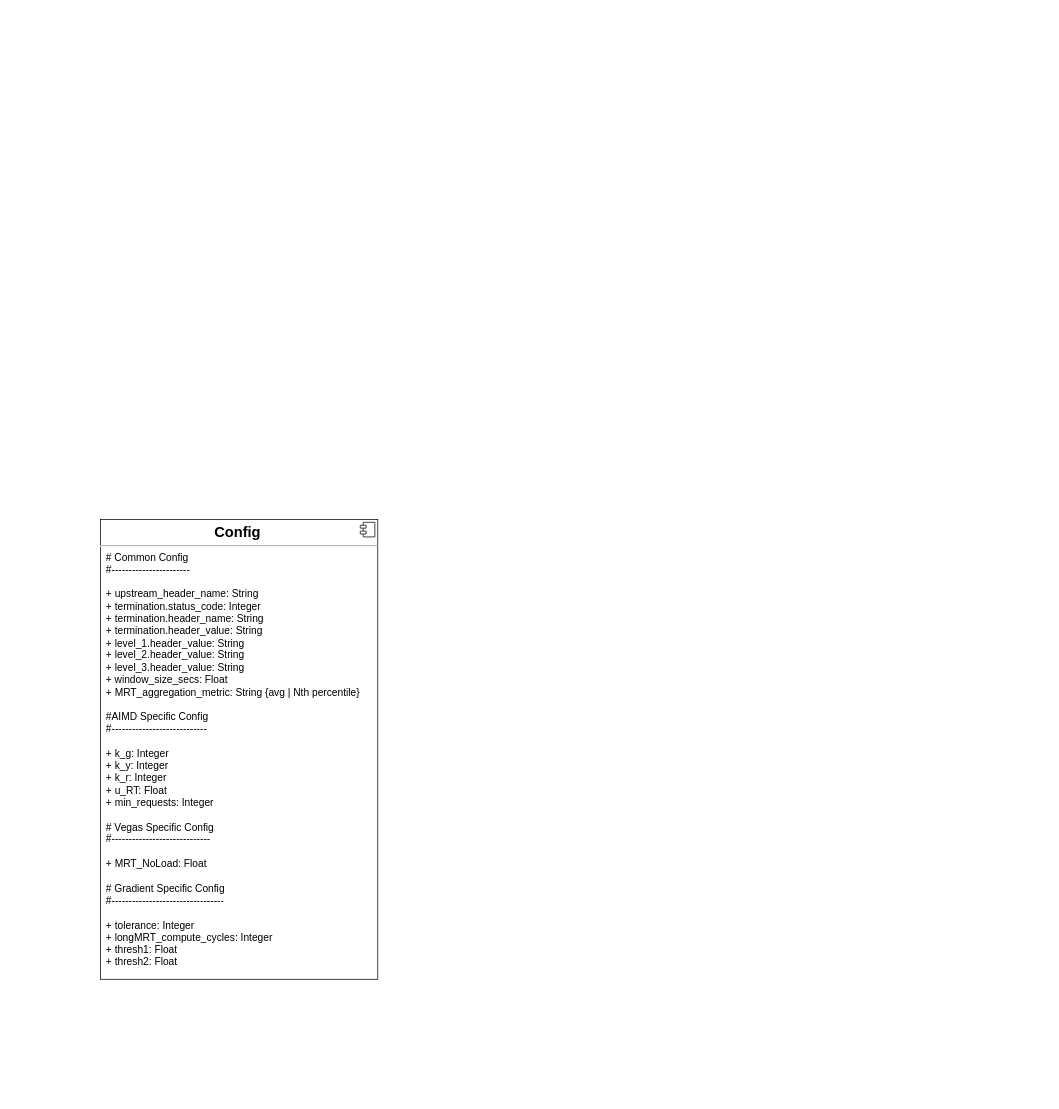
Before: Untitled Diagram.drawio in programmer290399/resources, a draw.io diagram. Source tidied: cells renumbered, new cells numbered last; positions are measured from the earlier drawing's top-left corner, leaving out a move shared by most shapes. Both pictures are drawn from the tidied source at 73%, with x=0, y=0 at pixel (100, 519).
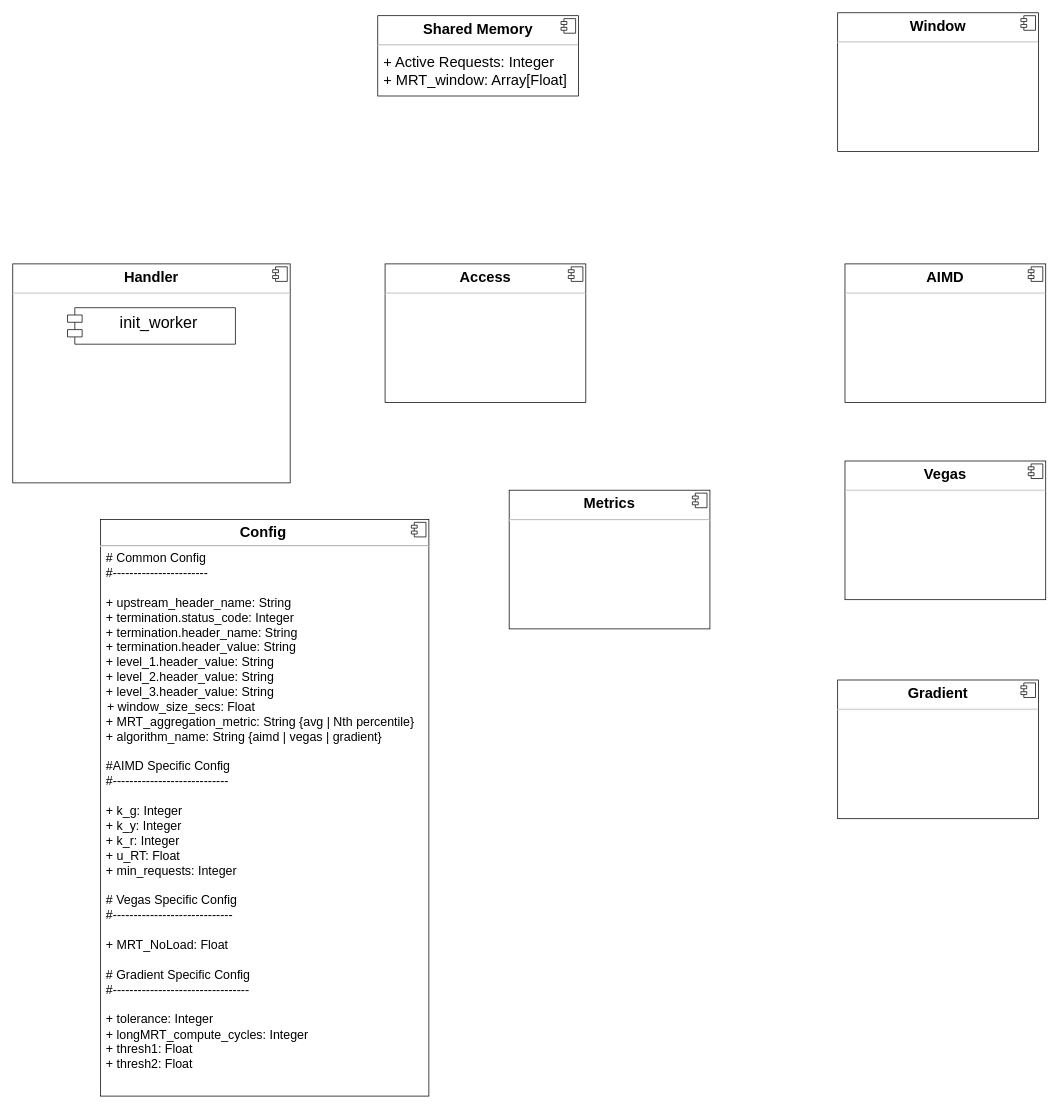
The same page after the edit.

What changed in the source:
```diff
@@
-    <mxCell id="2" value="&lt;p style=&quot;margin: 0px ; margin-top: 6px ; text-align: center&quot;&gt;&lt;b&gt;&lt;font style=&quot;font-size: 20px&quot;&gt;Config&lt;/font&gt;&lt;span style=&quot;font-size: 13px&quot;&gt;&amp;nbsp;&lt;/span&gt;&lt;/b&gt;&lt;/p&gt;&lt;hr&gt;&lt;p style=&quot;margin: 0px 0px 0px 8px ; font-size: 14px&quot;&gt;&lt;font style=&quot;font-size: 14px&quot;&gt;# Common Config&lt;/font&gt;&lt;/p&gt;&lt;p style=&quot;margin: 0px 0px 0px 8px ; font-size: 14px&quot;&gt;&lt;font style=&quot;font-size: 14px&quot;&gt;#-----------------------&lt;/font&gt;&lt;/p&gt;&lt;p style=&quot;margin: 0px 0px 0px 8px ; font-size: 14px&quot;&gt;&lt;font style=&quot;font-size: 14px&quot;&gt;&lt;br&gt;&lt;/font&gt;&lt;/p&gt;&lt;p style=&quot;margin: 0px 0px 0px 8px ; font-size: 14px&quot;&gt;&lt;font style=&quot;font-size: 14px&quot;&gt;+ upstream_header_name: String&lt;br&gt;+ termination.status_code: Integer&lt;/font&gt;&lt;/p&gt;&lt;p style=&quot;margin: 0px 0px 0px 8px ; font-size: 14px&quot;&gt;&lt;font style=&quot;font-size: 14px&quot;&gt;+&amp;nbsp;termination.header_name: String&lt;/font&gt;&lt;/p&gt;&lt;p style=&quot;margin: 0px 0px 0px 8px ; font-size: 14px&quot;&gt;&lt;font style=&quot;font-size: 14px&quot;&gt;+&amp;nbsp;termination.header_value: String&lt;/font&gt;&lt;/p&gt;&lt;p style=&quot;margin: 0px 0px 0px 8px ; font-size: 14px&quot;&gt;+&amp;nbsp;level_1.header_value: String&lt;span&gt;&amp;nbsp;&lt;/span&gt;&lt;/p&gt;&lt;p style=&quot;margin: 0px 0px 0px 8px ; font-size: 14px&quot;&gt;+&amp;nbsp;level_2.header_value: String&lt;span&gt;&amp;nbsp;&lt;/span&gt;&lt;span&gt;&lt;br&gt;&lt;/span&gt;&lt;/p&gt;&lt;p style=&quot;margin: 0px 0px 0px 8px ; font-size: 14px&quot;&gt;+&amp;nbsp;level_3.header_value: String&lt;span&gt;&amp;nbsp;&lt;/span&gt;&lt;span&gt;&lt;br&gt;&lt;/span&gt;&lt;/p&gt;&lt;span style=&quot;font-size: 14px&quot;&gt;&amp;nbsp;&amp;nbsp;&lt;/span&gt;&lt;span style=&quot;font-size: 14px&quot;&gt;+ window_size_secs: Float&lt;/span&gt;&lt;span style=&quot;font-size: 14px&quot;&gt;&lt;br&gt;&lt;/span&gt;&lt;p style=&quot;margin: 0px 0px 0px 8px ; font-size: 14px&quot;&gt;&lt;font style=&quot;font-size: 14px&quot;&gt;+&amp;nbsp;MRT_aggregation_metric: String {avg | Nth percentile}&lt;/font&gt;&lt;/p&gt;&lt;p style=&quot;margin: 0px 0px 0px 8px ; font-size: 14px&quot;&gt;&lt;font style=&quot;font-size: 14px&quot;&gt;&lt;br&gt;&lt;/font&gt;&lt;/p&gt;&lt;p style=&quot;margin: 0px 0px 0px 8px ; font-size: 14px&quot;&gt;&lt;font style=&quot;font-size: 14px&quot;&gt;#AIMD Specific Config&lt;/font&gt;&lt;/p&gt;&lt;p style=&quot;margin: 0px 0px 0px 8px ; font-size: 14px&quot;&gt;&lt;font style=&quot;font-size: 14px&quot;&gt;#----------------------------&lt;/font&gt;&lt;/p&gt;&lt;p style=&quot;margin: 0px 0px 0px 8px ; font-size: 14px&quot;&gt;&lt;font style=&quot;font-size: 14px&quot;&gt;&lt;br&gt;&lt;/font&gt;&lt;/p&gt;&lt;p style=&quot;margin: 0px 0px 0px 8px ; font-size: 14px&quot;&gt;&lt;font style=&quot;font-size: 14px&quot;&gt;+ k_g: Integer&lt;br&gt;&lt;/font&gt;&lt;/p&gt;&lt;p style=&quot;margin: 0px 0px 0px 8px ; font-size: 14px&quot;&gt;&lt;font style=&quot;font-size: 14px&quot;&gt;+&amp;nbsp;k_y: Integer&lt;/font&gt;&lt;/p&gt;&lt;p style=&quot;margin: 0px 0px 0px 8px ; font-size: 14px&quot;&gt;&lt;font style=&quot;font-size: 14px&quot;&gt;+&amp;nbsp;k_r: Integer&lt;/font&gt;&lt;/p&gt;&lt;p style=&quot;margin: 0px 0px 0px 8px ; font-size: 14px&quot;&gt;&lt;font style=&quot;font-size: 14px&quot;&gt;+ u_RT: Float&lt;br&gt;&lt;/font&gt;&lt;/p&gt;&lt;p style=&quot;margin: 0px 0px 0px 8px ; font-size: 14px&quot;&gt;&lt;font style=&quot;font-size: 14px&quot;&gt;+ min_requests: Integer&lt;br&gt;&lt;/font&gt;&lt;/p&gt;&lt;p style=&quot;margin: 0px 0px 0px 8px ; font-size: 14px&quot;&gt;&lt;font style=&quot;font-size: 14px&quot;&gt;&lt;br&gt;&lt;/font&gt;&lt;/p&gt;&lt;p style=&quot;margin: 0px 0px 0px 8px ; font-size: 14px&quot;&gt;&lt;font style=&quot;font-size: 14px&quot;&gt;# Vegas&amp;nbsp;Specific Config&lt;/font&gt;&lt;/p&gt;&lt;p style=&quot;margin: 0px 0px 0px 8px ; font-size: 14px&quot;&gt;&lt;font style=&quot;font-size: 14px&quot;&gt;#-----------------------------&lt;/font&gt;&lt;/p&gt;&lt;p style=&quot;margin: 0px 0px 0px 8px ; font-size: 14px&quot;&gt;&lt;font style=&quot;font-size: 14px&quot;&gt;&lt;br&gt;&lt;/font&gt;&lt;/p&gt;&lt;p style=&quot;margin: 0px 0px 0px 8px ; font-size: 14px&quot;&gt;&lt;font style=&quot;font-size: 14px&quot;&gt;+ MRT_NoLoad: Float&lt;br&gt;&lt;/font&gt;&lt;/p&gt;&lt;p style=&quot;margin: 0px 0px 0px 8px ; font-size: 14px&quot;&gt;&lt;br&gt;&lt;/p&gt;&lt;p style=&quot;margin: 0px 0px 0px 8px ; font-size: 14px&quot;&gt;# Gradient Specific Config&lt;/p&gt;&lt;p style=&quot;margin: 0px 0px 0px 8px ; font-size: 14px&quot;&gt;#---------------------------------&lt;/p&gt;&lt;p style=&quot;margin: 0px 0px 0px 8px ; font-size: 14px&quot;&gt;&lt;br&gt;&lt;/p&gt;&lt;p style=&quot;margin: 0px 0px 0px 8px ; font-size: 14px&quot;&gt;+ tolerance: Integer&amp;nbsp;&lt;/p&gt;&lt;p style=&quot;margin: 0px 0px 0px 8px ; font-size: 14px&quot;&gt;+&amp;nbsp;longMRT_compute_cycles: Integer&lt;/p&gt;&lt;p style=&quot;margin: 0px 0px 0px 8px ; font-size: 14px&quot;&gt;+&amp;nbsp;thresh1: Float&amp;nbsp;&lt;/p&gt;&lt;p style=&quot;margin: 0px 0px 0px 8px ; font-size: 14px&quot;&gt;+&amp;nbsp;thresh2: Float&lt;/p&gt;" style="align=left;overflow=fill;html=1;" parent="1" vertex="1">
-      <mxGeometry width="380" height="630" as="geometry" />
+    <mxCell id="2" value="&lt;p style=&quot;margin: 0px ; margin-top: 6px ; text-align: center&quot;&gt;&lt;b&gt;&lt;font style=&quot;font-size: 20px&quot;&gt;Config&lt;/font&gt;&lt;span style=&quot;font-size: 13px&quot;&gt;&amp;nbsp;&lt;/span&gt;&lt;/b&gt;&lt;/p&gt;&lt;hr&gt;&lt;p style=&quot;margin: 0px 0px 0px 8px ; font-size: 17px&quot;&gt;&lt;font style=&quot;font-size: 17px&quot;&gt;# Common Config&lt;/font&gt;&lt;/p&gt;&lt;p style=&quot;margin: 0px 0px 0px 8px ; font-size: 17px&quot;&gt;&lt;font style=&quot;font-size: 17px&quot;&gt;#-----------------------&lt;/font&gt;&lt;/p&gt;&lt;p style=&quot;margin: 0px 0px 0px 8px ; font-size: 17px&quot;&gt;&lt;font style=&quot;font-size: 17px&quot;&gt;&lt;br&gt;&lt;/font&gt;&lt;/p&gt;&lt;p style=&quot;margin: 0px 0px 0px 8px ; font-size: 17px&quot;&gt;&lt;font style=&quot;font-size: 17px&quot;&gt;+ upstream_header_name: String&lt;br&gt;+ termination.status_code: Integer&lt;/font&gt;&lt;/p&gt;&lt;p style=&quot;margin: 0px 0px 0px 8px ; font-size: 17px&quot;&gt;&lt;font style=&quot;font-size: 17px&quot;&gt;+&amp;nbsp;termination.header_name: String&lt;/font&gt;&lt;/p&gt;&lt;p style=&quot;margin: 0px 0px 0px 8px ; font-size: 17px&quot;&gt;&lt;font style=&quot;font-size: 17px&quot;&gt;+&amp;nbsp;termination.header_value: String&lt;/font&gt;&lt;/p&gt;&lt;p style=&quot;margin: 0px 0px 0px 8px ; font-size: 17px&quot;&gt;&lt;font style=&quot;font-size: 17px&quot;&gt;+&amp;nbsp;level_1.header_value: String&lt;span&gt;&amp;nbsp;&lt;/span&gt;&lt;/font&gt;&lt;/p&gt;&lt;p style=&quot;margin: 0px 0px 0px 8px ; font-size: 17px&quot;&gt;&lt;font style=&quot;font-size: 17px&quot;&gt;+&amp;nbsp;level_2.header_value: String&lt;span&gt;&amp;nbsp;&lt;/span&gt;&lt;span&gt;&lt;br&gt;&lt;/span&gt;&lt;/font&gt;&lt;/p&gt;&lt;p style=&quot;margin: 0px 0px 0px 8px ; font-size: 17px&quot;&gt;&lt;font style=&quot;font-size: 17px&quot;&gt;+&amp;nbsp;level_3.header_value: String&lt;span&gt;&amp;nbsp;&lt;/span&gt;&lt;span&gt;&lt;br&gt;&lt;/span&gt;&lt;/font&gt;&lt;/p&gt;&lt;font style=&quot;font-size: 17px&quot;&gt;&amp;nbsp;&amp;nbsp;+ window_size_secs: Float&lt;br&gt;&lt;/font&gt;&lt;p style=&quot;margin: 0px 0px 0px 8px ; font-size: 17px&quot;&gt;&lt;font style=&quot;font-size: 17px&quot;&gt;+&amp;nbsp;MRT_aggregation_metric: String {avg | Nth percentile}&lt;br&gt;+ algorithm_name: String {aimd | vegas | gradient}&lt;/font&gt;&lt;/p&gt;&lt;p style=&quot;margin: 0px 0px 0px 8px ; font-size: 17px&quot;&gt;&lt;font style=&quot;font-size: 17px&quot;&gt;&lt;br&gt;&lt;/font&gt;&lt;/p&gt;&lt;p style=&quot;margin: 0px 0px 0px 8px ; font-size: 17px&quot;&gt;&lt;font style=&quot;font-size: 17px&quot;&gt;#AIMD Specific Config&lt;/font&gt;&lt;/p&gt;&lt;p style=&quot;margin: 0px 0px 0px 8px ; font-size: 17px&quot;&gt;&lt;font style=&quot;font-size: 17px&quot;&gt;#----------------------------&lt;/font&gt;&lt;/p&gt;&lt;p style=&quot;margin: 0px 0px 0px 8px ; font-size: 17px&quot;&gt;&lt;font style=&quot;font-size: 17px&quot;&gt;&lt;br&gt;&lt;/font&gt;&lt;/p&gt;&lt;p style=&quot;margin: 0px 0px 0px 8px ; font-size: 17px&quot;&gt;&lt;font style=&quot;font-size: 17px&quot;&gt;+ k_g: Integer&lt;br&gt;&lt;/font&gt;&lt;/p&gt;&lt;p style=&quot;margin: 0px 0px 0px 8px ; font-size: 17px&quot;&gt;&lt;font style=&quot;font-size: 17px&quot;&gt;+&amp;nbsp;k_y: Integer&lt;/font&gt;&lt;/p&gt;&lt;p style=&quot;margin: 0px 0px 0px 8px ; font-size: 17px&quot;&gt;&lt;font style=&quot;font-size: 17px&quot;&gt;+&amp;nbsp;k_r: Integer&lt;/font&gt;&lt;/p&gt;&lt;p style=&quot;margin: 0px 0px 0px 8px ; font-size: 17px&quot;&gt;&lt;font style=&quot;font-size: 17px&quot;&gt;+ u_RT: Float&lt;br&gt;&lt;/font&gt;&lt;/p&gt;&lt;p style=&quot;margin: 0px 0px 0px 8px ; font-size: 17px&quot;&gt;&lt;font style=&quot;font-size: 17px&quot;&gt;+ min_requests: Integer&lt;br&gt;&lt;/font&gt;&lt;/p&gt;&lt;p style=&quot;margin: 0px 0px 0px 8px ; font-size: 17px&quot;&gt;&lt;font style=&quot;font-size: 17px&quot;&gt;&lt;br&gt;&lt;/font&gt;&lt;/p&gt;&lt;p style=&quot;margin: 0px 0px 0px 8px ; font-size: 17px&quot;&gt;&lt;font style=&quot;font-size: 17px&quot;&gt;# Vegas&amp;nbsp;Specific Config&lt;/font&gt;&lt;/p&gt;&lt;p style=&quot;margin: 0px 0px 0px 8px ; font-size: 17px&quot;&gt;&lt;font style=&quot;font-size: 17px&quot;&gt;#-----------------------------&lt;/font&gt;&lt;/p&gt;&lt;p style=&quot;margin: 0px 0px 0px 8px ; font-size: 17px&quot;&gt;&lt;font style=&quot;font-size: 17px&quot;&gt;&lt;br&gt;&lt;/font&gt;&lt;/p&gt;&lt;p style=&quot;margin: 0px 0px 0px 8px ; font-size: 17px&quot;&gt;&lt;font style=&quot;font-size: 17px&quot;&gt;+ MRT_NoLoad: Float&lt;br&gt;&lt;/font&gt;&lt;/p&gt;&lt;p style=&quot;margin: 0px 0px 0px 8px ; font-size: 17px&quot;&gt;&lt;font style=&quot;font-size: 17px&quot;&gt;&lt;br&gt;&lt;/font&gt;&lt;/p&gt;&lt;p style=&quot;margin: 0px 0px 0px 8px ; font-size: 17px&quot;&gt;&lt;font style=&quot;font-size: 17px&quot;&gt;# Gradient Specific Config&lt;/font&gt;&lt;/p&gt;&lt;p style=&quot;margin: 0px 0px 0px 8px ; font-size: 17px&quot;&gt;&lt;font style=&quot;font-size: 17px&quot;&gt;#---------------------------------&lt;/font&gt;&lt;/p&gt;&lt;p style=&quot;margin: 0px 0px 0px 8px ; font-size: 17px&quot;&gt;&lt;font style=&quot;font-size: 17px&quot;&gt;&lt;br&gt;&lt;/font&gt;&lt;/p&gt;&lt;p style=&quot;margin: 0px 0px 0px 8px ; font-size: 17px&quot;&gt;&lt;font style=&quot;font-size: 17px&quot;&gt;+ tolerance: Integer&amp;nbsp;&lt;/font&gt;&lt;/p&gt;&lt;p style=&quot;margin: 0px 0px 0px 8px ; font-size: 17px&quot;&gt;&lt;font style=&quot;font-size: 17px&quot;&gt;+&amp;nbsp;longMRT_compute_cycles: Integer&lt;/font&gt;&lt;/p&gt;&lt;p style=&quot;margin: 0px 0px 0px 8px ; font-size: 17px&quot;&gt;&lt;font style=&quot;font-size: 17px&quot;&gt;+&amp;nbsp;thresh1: Float&amp;nbsp;&lt;/font&gt;&lt;/p&gt;&lt;p style=&quot;margin: 0px 0px 0px 8px ; font-size: 17px&quot;&gt;&lt;font style=&quot;font-size: 17px&quot;&gt;+&amp;nbsp;thresh2: Float&lt;/font&gt;&lt;/p&gt;" style="align=left;overflow=fill;html=1;" parent="1" vertex="1">
+      <mxGeometry width="450" height="790" as="geometry" />
     </mxCell>
@@
+    <mxCell id="4" value="&lt;p style=&quot;margin: 0px ; margin-top: 6px ; text-align: center&quot;&gt;&lt;b&gt;Handler&lt;/b&gt;&lt;/p&gt;&lt;hr&gt;&lt;p style=&quot;margin: 0px ; margin-left: 8px&quot;&gt;&lt;br&gt;&lt;/p&gt;" style="align=left;overflow=fill;html=1;fontSize=20;" parent="1" vertex="1">
+      <mxGeometry x="-120" y="-350" width="380" height="300" as="geometry" />
+    </mxCell>
+    <mxCell id="5" style="shape=component;jettyWidth=8;jettyHeight=4;fontSize=20;" parent="4" vertex="1">
+      <mxGeometry x="1" width="20" height="20" relative="1" as="geometry">
+        <mxPoint x="-24" y="4" as="offset" />
+      </mxGeometry>
+    </mxCell>
+    <mxCell id="6" value="&lt;p style=&quot;margin: 0px ; margin-top: 6px ; text-align: center&quot;&gt;&lt;b&gt;Window&lt;/b&gt;&lt;/p&gt;&lt;hr&gt;&lt;p style=&quot;margin: 0px ; margin-left: 8px&quot;&gt;&lt;br&gt;&lt;/p&gt;" style="align=left;overflow=fill;html=1;fontSize=20;" parent="1" vertex="1">
+      <mxGeometry x="1010" y="-694" width="275" height="190" as="geometry" />
+    </mxCell>
+    <mxCell id="7" style="shape=component;jettyWidth=8;jettyHeight=4;fontSize=20;" parent="6" vertex="1">
+      <mxGeometry x="1" width="20" height="20" relative="1" as="geometry">
+        <mxPoint x="-24" y="4" as="offset" />
+      </mxGeometry>
+    </mxCell>
+    <mxCell id="8" value="&lt;p style=&quot;margin: 0px ; margin-top: 6px ; text-align: center&quot;&gt;&lt;b&gt;AIMD&lt;/b&gt;&lt;/p&gt;&lt;hr&gt;&lt;p style=&quot;margin: 0px ; margin-left: 8px&quot;&gt;&lt;br&gt;&lt;/p&gt;" style="align=left;overflow=fill;html=1;fontSize=20;" parent="1" vertex="1">
+      <mxGeometry x="1020" y="-350" width="275" height="190" as="geometry" />
+    </mxCell>
+    <mxCell id="9" style="shape=component;jettyWidth=8;jettyHeight=4;fontSize=20;" parent="8" vertex="1">
+      <mxGeometry x="1" width="20" height="20" relative="1" as="geometry">
+        <mxPoint x="-24" y="4" as="offset" />
+      </mxGeometry>
+    </mxCell>
+    <mxCell id="10" value="&lt;p style=&quot;margin: 0px ; margin-top: 6px ; text-align: center&quot;&gt;&lt;b&gt;Vegas&lt;/b&gt;&lt;/p&gt;&lt;hr&gt;&lt;p style=&quot;margin: 0px ; margin-left: 8px&quot;&gt;&lt;br&gt;&lt;/p&gt;" style="align=left;overflow=fill;html=1;fontSize=20;" parent="1" vertex="1">
+      <mxGeometry x="1020" y="-80" width="275" height="190" as="geometry" />
+    </mxCell>
+    <mxCell id="11" style="shape=component;jettyWidth=8;jettyHeight=4;fontSize=20;" parent="10" vertex="1">
+      <mxGeometry x="1" width="20" height="20" relative="1" as="geometry">
+        <mxPoint x="-24" y="4" as="offset" />
+      </mxGeometry>
+    </mxCell>
+    <mxCell id="12" value="&lt;p style=&quot;margin: 0px ; margin-top: 6px ; text-align: center&quot;&gt;&lt;b&gt;Gradient&lt;/b&gt;&lt;/p&gt;&lt;hr&gt;&lt;p style=&quot;margin: 0px ; margin-left: 8px&quot;&gt;&lt;br&gt;&lt;/p&gt;" style="align=left;overflow=fill;html=1;fontSize=20;" parent="1" vertex="1">
+      <mxGeometry x="1010" y="220" width="275" height="190" as="geometry" />
+    </mxCell>
+    <mxCell id="13" style="shape=component;jettyWidth=8;jettyHeight=4;fontSize=20;" parent="12" vertex="1">
+      <mxGeometry x="1" width="20" height="20" relative="1" as="geometry">
+        <mxPoint x="-24" y="4" as="offset" />
+      </mxGeometry>
+    </mxCell>
+    <mxCell id="14" value="&lt;p style=&quot;margin: 0px ; margin-top: 6px ; text-align: center&quot;&gt;&lt;b&gt;Metrics&lt;/b&gt;&lt;/p&gt;&lt;hr&gt;&lt;p style=&quot;margin: 0px ; margin-left: 8px&quot;&gt;&lt;br&gt;&lt;/p&gt;" style="align=left;overflow=fill;html=1;fontSize=20;" parent="1" vertex="1">
+      <mxGeometry x="560" y="-40" width="275" height="190" as="geometry" />
+    </mxCell>
+    <mxCell id="15" style="shape=component;jettyWidth=8;jettyHeight=4;fontSize=20;" parent="14" vertex="1">
+      <mxGeometry x="1" width="20" height="20" relative="1" as="geometry">
+        <mxPoint x="-24" y="4" as="offset" />
+      </mxGeometry>
+    </mxCell>
+    <mxCell id="16" value="&lt;p style=&quot;margin: 0px ; margin-top: 6px ; text-align: center&quot;&gt;&lt;b&gt;Access&lt;/b&gt;&lt;/p&gt;&lt;hr&gt;&lt;p style=&quot;margin: 0px ; margin-left: 8px&quot;&gt;&lt;br&gt;&lt;/p&gt;" style="align=left;overflow=fill;html=1;fontSize=20;" parent="1" vertex="1">
+      <mxGeometry x="390" y="-350" width="275" height="190" as="geometry" />
+    </mxCell>
+    <mxCell id="17" style="shape=component;jettyWidth=8;jettyHeight=4;fontSize=20;" parent="16" vertex="1">
+      <mxGeometry x="1" width="20" height="20" relative="1" as="geometry">
+        <mxPoint x="-24" y="4" as="offset" />
+      </mxGeometry>
+    </mxCell>
+    <mxCell id="18" value="&lt;p style=&quot;margin: 0px ; margin-top: 6px ; text-align: center&quot;&gt;&lt;b&gt;Shared Memory&lt;/b&gt;&lt;/p&gt;&lt;hr&gt;&lt;p style=&quot;margin: 0px ; margin-left: 8px&quot;&gt;+ Active Requests: Integer&lt;br&gt;+ MRT_window: Array[Float]&lt;/p&gt;" style="align=left;overflow=fill;html=1;fontSize=20;" parent="1" vertex="1">
+      <mxGeometry x="380" y="-690" width="275" height="110" as="geometry" />
+    </mxCell>
+    <mxCell id="19" style="shape=component;jettyWidth=8;jettyHeight=4;fontSize=20;" parent="18" vertex="1">
+      <mxGeometry x="1" width="20" height="20" relative="1" as="geometry">
+        <mxPoint x="-24" y="4" as="offset" />
+      </mxGeometry>
+    </mxCell>
+    <mxCell id="20" value="init_worker" style="shape=module;align=left;spacingLeft=20;align=center;verticalAlign=top;fontSize=22;" parent="1" vertex="1">
+      <mxGeometry x="-45" y="-290" width="230" height="50" as="geometry" />
+    </mxCell>
```
